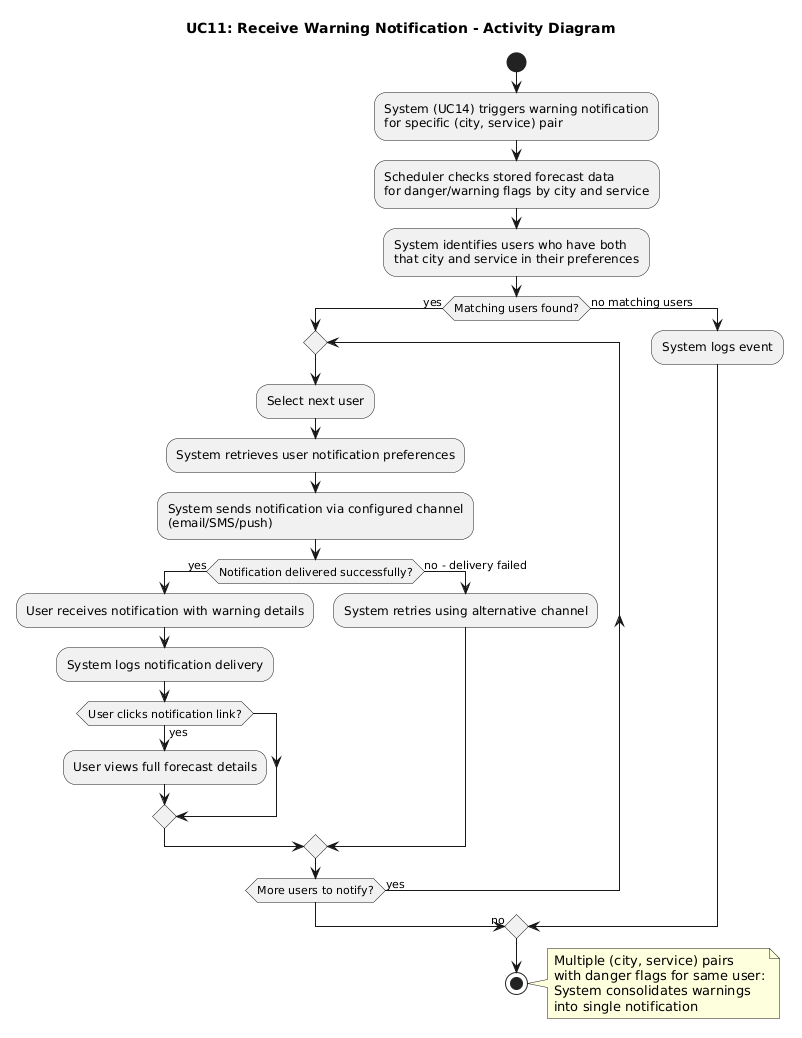
ManosMorf97/Weather-Forecasts-AI-Remastered keeps this PlantUML diagram as requirements/activity_diagrams/UC11_Receive_Warning_Notification.png. Above is the earlier version.
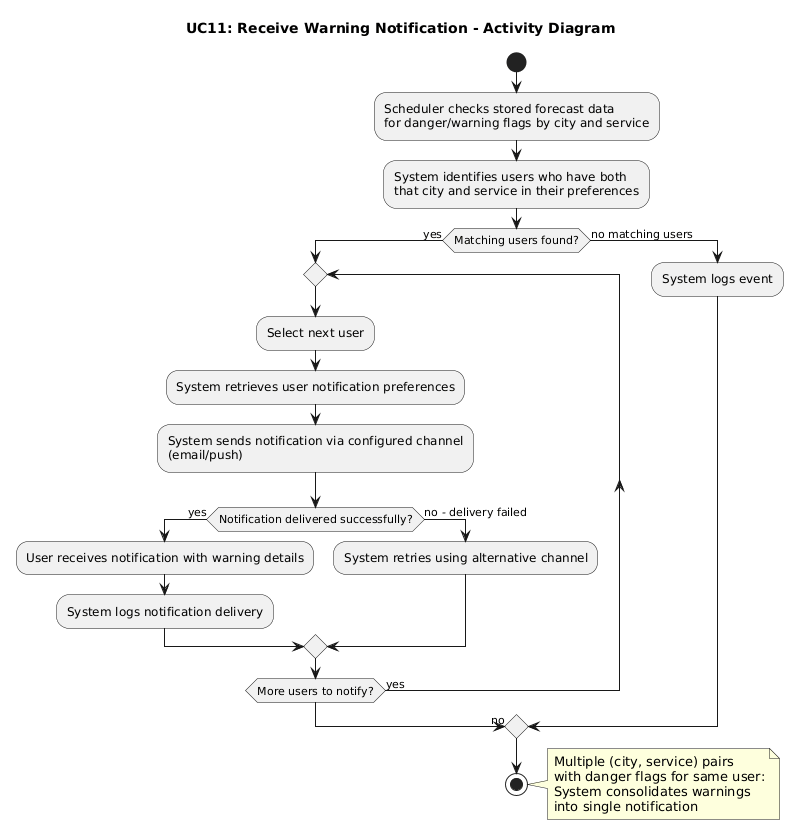
After the commit.

Change to the diagram source:
```diff
@@ -2,8 +2,6 @@
 title UC11: Receive Warning Notification - Activity Diagram
 
 start
-:System (UC14) triggers warning notification
-for specific (city, service) pair;
 :Scheduler checks stored forecast data
 for danger/warning flags by city and service;
 :System identifies users who have both
@@ -14,14 +12,11 @@
     :Select next user;
     :System retrieves user notification preferences;
     :System sends notification via configured channel
-    (email/SMS/push);
+    (email/push);
 
     if (Notification delivered successfully?) then (yes)
       :User receives notification with warning details;
       :System logs notification delivery;
-      if (User clicks notification link?) then (yes)
-        :User views full forecast details;
-      endif
     else (no - delivery failed)
       :System retries using alternative channel;
     endif
```
